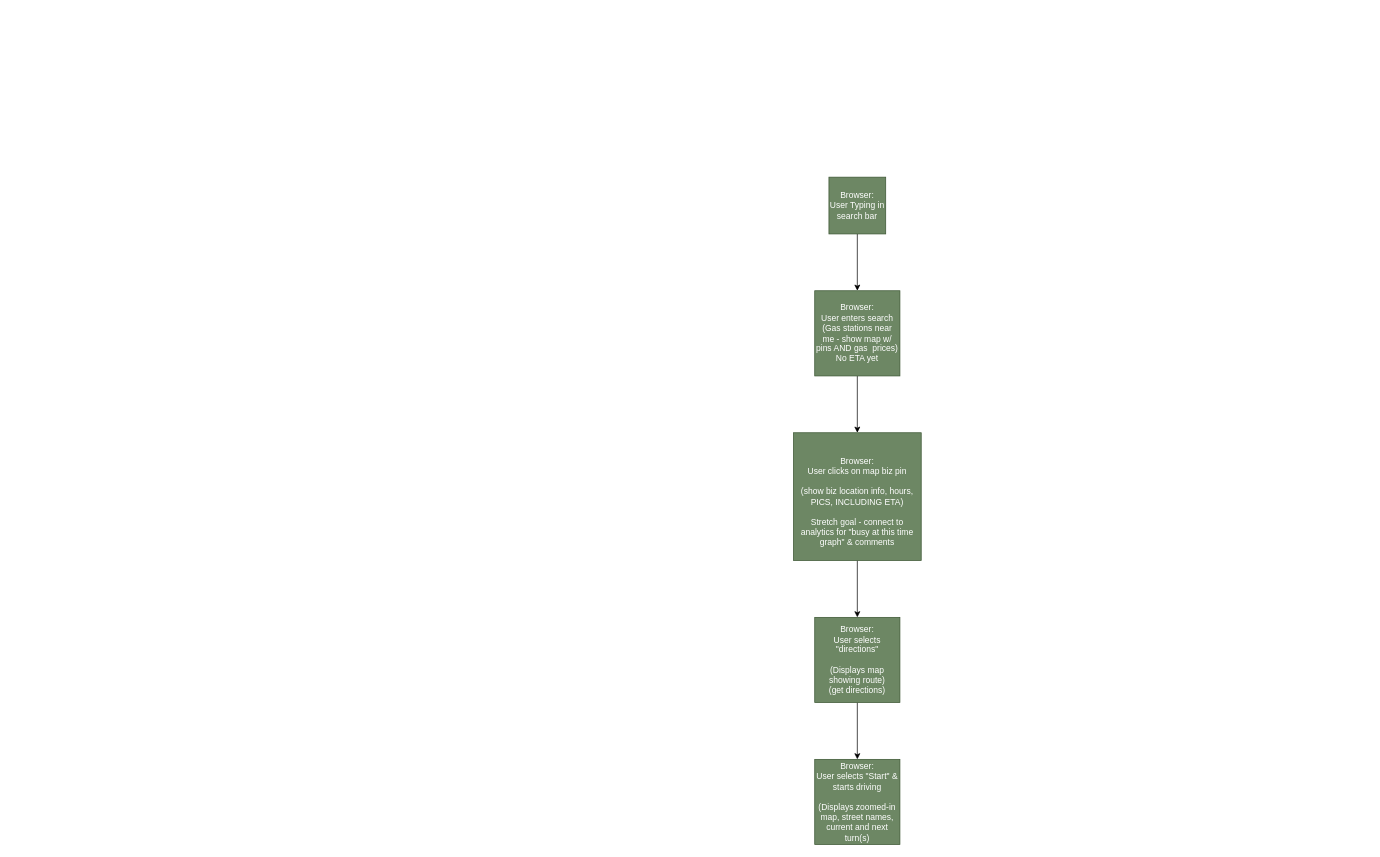
Above: Maps.drawio in Brandon-Valley/draw_io_diagrams (draw.io), before the change. Source tidied: cells renumbered, new cells numbered last; positions are measured from the earlier drawing's top-left corner, leaving out a move shared by most shapes. Both pictures are drawn from the tidied source at 71%, with x=0, y=0 at pixel (793, 177).
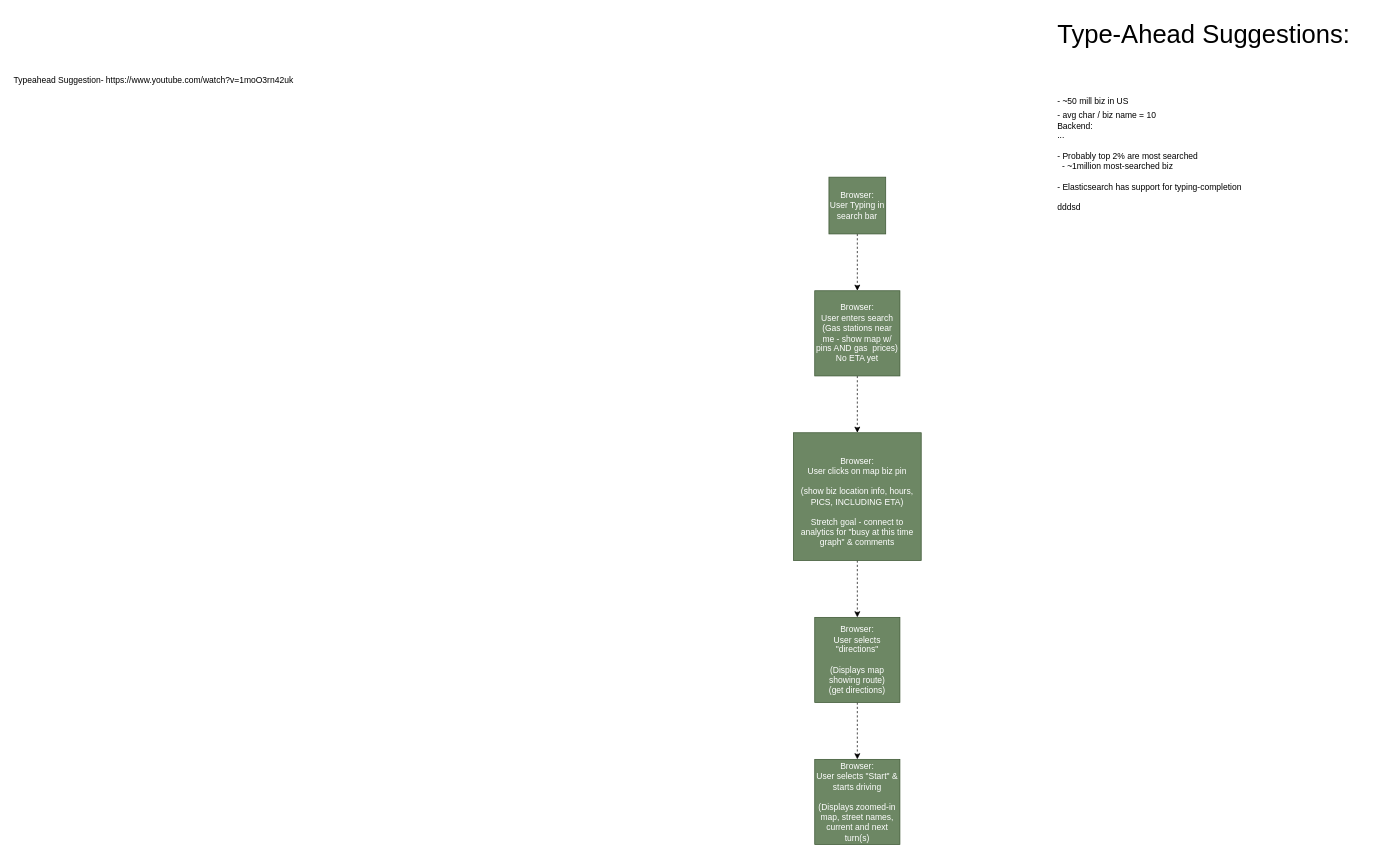
The same page after the edit.

Diff of the diagram source:
```diff
@@
 <mxGraphModel>
   <root>
     <mxCell id="0" />
     <mxCell id="1" parent="0" />
-    <mxCell id="2" style="edgeStyle=orthogonalEdgeStyle;rounded=0;jettySize=auto;html=1;" parent="1" edge="1" source="3" target="5">
+    <mxCell id="2" style="edgeStyle=orthogonalEdgeStyle;rounded=0;jettySize=auto;html=1;dashed=1;" parent="1" edge="1" source="3" target="5">
       <mxGeometry relative="1" as="geometry" />
     </mxCell>
     <mxCell id="3" value="Browser:&lt;br&gt;User Typing in&lt;br&gt;search bar" style="whiteSpace=wrap;html=1;fillColor=#6d8764;fontColor=#ffffff;strokeColor=#3A5431;" parent="1" vertex="1">
       <mxGeometry x="50" width="80" height="80" as="geometry" />
     </mxCell>
-    <mxCell id="4" style="edgeStyle=orthogonalEdgeStyle;rounded=0;jettySize=auto;html=1;" parent="1" edge="1" source="5" target="9">
+    <mxCell id="4" style="edgeStyle=orthogonalEdgeStyle;rounded=0;jettySize=auto;html=1;dashed=1;" parent="1" edge="1" source="5" target="9">
       <mxGeometry relative="1" as="geometry" />
     </mxCell>
     <mxCell id="5" value="Browser:&lt;br&gt;User enters search (Gas stations near me - show map w/ pins AND gas&amp;nbsp; prices)&lt;br&gt;No ETA yet" style="whiteSpace=wrap;html=1;fillColor=#6d8764;fontColor=#ffffff;strokeColor=#3A5431;" parent="1" vertex="1">
       <mxGeometry x="30" y="160" width="120" height="120" as="geometry" />
     </mxCell>
-    <mxCell id="6" style="edgeStyle=orthogonalEdgeStyle;rounded=0;jettySize=auto;html=1;" parent="1" edge="1" source="7" target="10">
+    <mxCell id="6" style="edgeStyle=orthogonalEdgeStyle;rounded=0;jettySize=auto;html=1;dashed=1;" parent="1" edge="1" source="7" target="10">
       <mxGeometry relative="1" as="geometry" />
     </mxCell>
     <mxCell id="7" value="Browser:&lt;br&gt;User selects &quot;directions&quot;&lt;br&gt; &lt;br&gt;(Displays map showing route)&lt;br&gt;(get directions)" style="whiteSpace=wrap;html=1;fillColor=#6d8764;fontColor=#ffffff;strokeColor=#3A5431;" parent="1" vertex="1">
       <mxGeometry x="30" y="620" width="120" height="120" as="geometry" />
     </mxCell>
-    <mxCell id="8" style="edgeStyle=orthogonalEdgeStyle;rounded=0;jettySize=auto;html=1;" parent="1" edge="1" source="9" target="7">
+    <mxCell id="8" style="edgeStyle=orthogonalEdgeStyle;rounded=0;jettySize=auto;html=1;dashed=1;" parent="1" edge="1" source="9" target="7">
       <mxGeometry relative="1" as="geometry" />
     </mxCell>
     <mxCell id="9" value="&lt;br&gt;Browser:&lt;br&gt;User clicks on map biz pin &lt;br&gt;&lt;br&gt;(show biz location info, hours, PICS, INCLUDING ETA)&lt;br&gt;&lt;br&gt;Stretch goal - connect to analytics for &quot;busy at this time graph&quot; &amp;amp; comments&lt;br&gt;" style="whiteSpace=wrap;html=1;fillColor=#6d8764;fontColor=#ffffff;strokeColor=#3A5431;" parent="1" vertex="1">
       <mxGeometry y="360" width="180" height="180" as="geometry" />
     </mxCell>
     <mxCell id="10" value="Browser:&lt;br&gt;User selects &quot;Start&quot; &amp;amp; starts driving&lt;br&gt; &lt;br&gt;(Displays zoomed-in map, street names, current and next turn(s)" style="whiteSpace=wrap;html=1;fillColor=#6d8764;fontColor=#ffffff;strokeColor=#3A5431;" parent="1" vertex="1">
       <mxGeometry x="30" y="820" width="120" height="120" as="geometry" />
     </mxCell>
+    <mxCell id="11" value="Typeahead Suggestion- https://www.youtube.com/watch?v=1moO3rn42uk&#10;&#10;&#10;" style="text;whiteSpace=wrap;" parent="1" vertex="1">
+      <mxGeometry x="-1100" y="-150" width="760" height="40" as="geometry" />
+    </mxCell>
+    <mxCell id="12" value="&lt;div style=&quot;font-size: 36px;&quot; align=&quot;left&quot;&gt;&lt;font style=&quot;font-size: 36px;&quot;&gt;Type-Ahead Suggestions:&lt;br&gt;&lt;br&gt;&lt;font style=&quot;font-size: 12px;&quot;&gt;- ~50 mill biz in US&lt;/font&gt;&lt;/font&gt;&lt;/div&gt;&lt;div align=&quot;left&quot;&gt;&lt;font style=&quot;font-size: 12px;&quot;&gt;&lt;font style=&quot;font-size: 12px;&quot;&gt;- avg char / biz name = 10&lt;br&gt;Backend:&lt;/font&gt;&lt;/font&gt;&lt;/div&gt;&lt;div align=&quot;left&quot;&gt;&lt;font style=&quot;font-size: 12px;&quot;&gt;&lt;font style=&quot;font-size: 12px;&quot;&gt;...&lt;br&gt;&lt;/font&gt;&lt;/font&gt;&lt;/div&gt;&lt;div align=&quot;left&quot;&gt;&lt;font style=&quot;font-size: 12px;&quot;&gt;&lt;font style=&quot;font-size: 12px;&quot;&gt;&lt;br&gt;&lt;/font&gt;&lt;/font&gt;&lt;/div&gt;&lt;div align=&quot;left&quot;&gt;&lt;font style=&quot;font-size: 12px;&quot;&gt;&lt;font style=&quot;font-size: 12px;&quot;&gt;- Probably top 2% are most searched&lt;/font&gt;&lt;/font&gt;&lt;/div&gt;&lt;div align=&quot;left&quot;&gt;&lt;font style=&quot;font-size: 12px;&quot;&gt;&lt;font style=&quot;font-size: 12px;&quot;&gt;&amp;nbsp; - ~1million most-searched biz&lt;/font&gt;&lt;/font&gt;&lt;/div&gt;&lt;div align=&quot;left&quot;&gt;&lt;font style=&quot;font-size: 12px;&quot;&gt;&lt;font style=&quot;font-size: 12px;&quot;&gt;&lt;br&gt;&lt;/font&gt;&lt;/font&gt;&lt;/div&gt;&lt;div align=&quot;left&quot;&gt;&lt;font style=&quot;font-size: 12px;&quot;&gt;&lt;font style=&quot;font-size: 12px;&quot;&gt;- Elasticsearch has support for typing-completion&lt;br&gt;&lt;/font&gt;&lt;/font&gt;&lt;/div&gt;&lt;div align=&quot;left&quot;&gt;&lt;font style=&quot;font-size: 12px;&quot;&gt;&lt;font style=&quot;font-size: 12px;&quot;&gt;&amp;nbsp; &lt;br&gt;&lt;/font&gt;&lt;/font&gt;&lt;/div&gt;&lt;div align=&quot;left&quot;&gt;&lt;font style=&quot;font-size: 12px;&quot;&gt;dddsd&lt;br&gt;&lt;/font&gt;&lt;/div&gt;" style="text;html=1;align=left;verticalAlign=middle;strokeColor=none;fillColor=none;" parent="1" vertex="1">
+      <mxGeometry x="370" y="-232" width="440" height="290" as="geometry" />
+    </mxCell>
   </root>
 </mxGraphModel>
```
